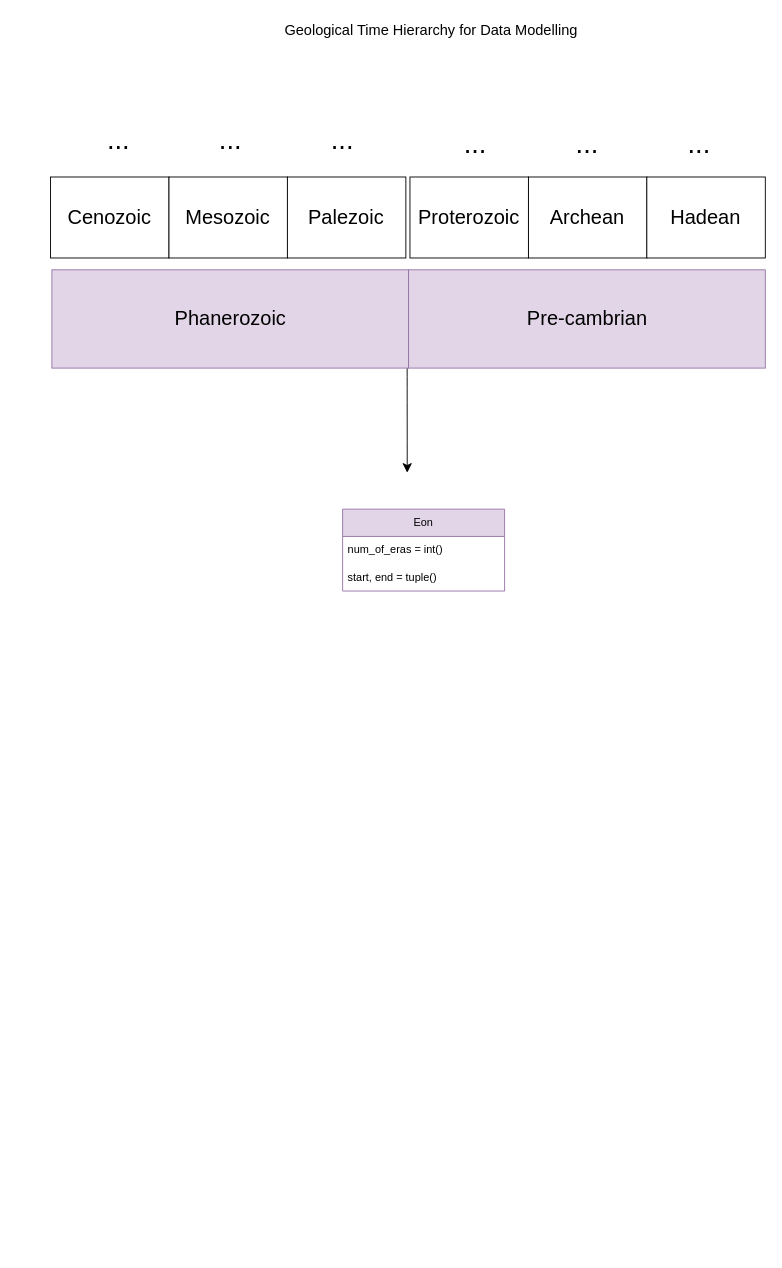
The draw.io diagram docs/diagrams/geological_time_hierarchy_for_data_modelling.drawio in hyperfocus-data/geology, before the edit. Source tidied: cells renumbered, new cells numbered last; positions are measured from the earlier drawing's top-left corner, leaving out a move shared by most shapes. Both pictures are drawn from the tidied source at 91%, with x=0, y=0 at pixel (50, 15).
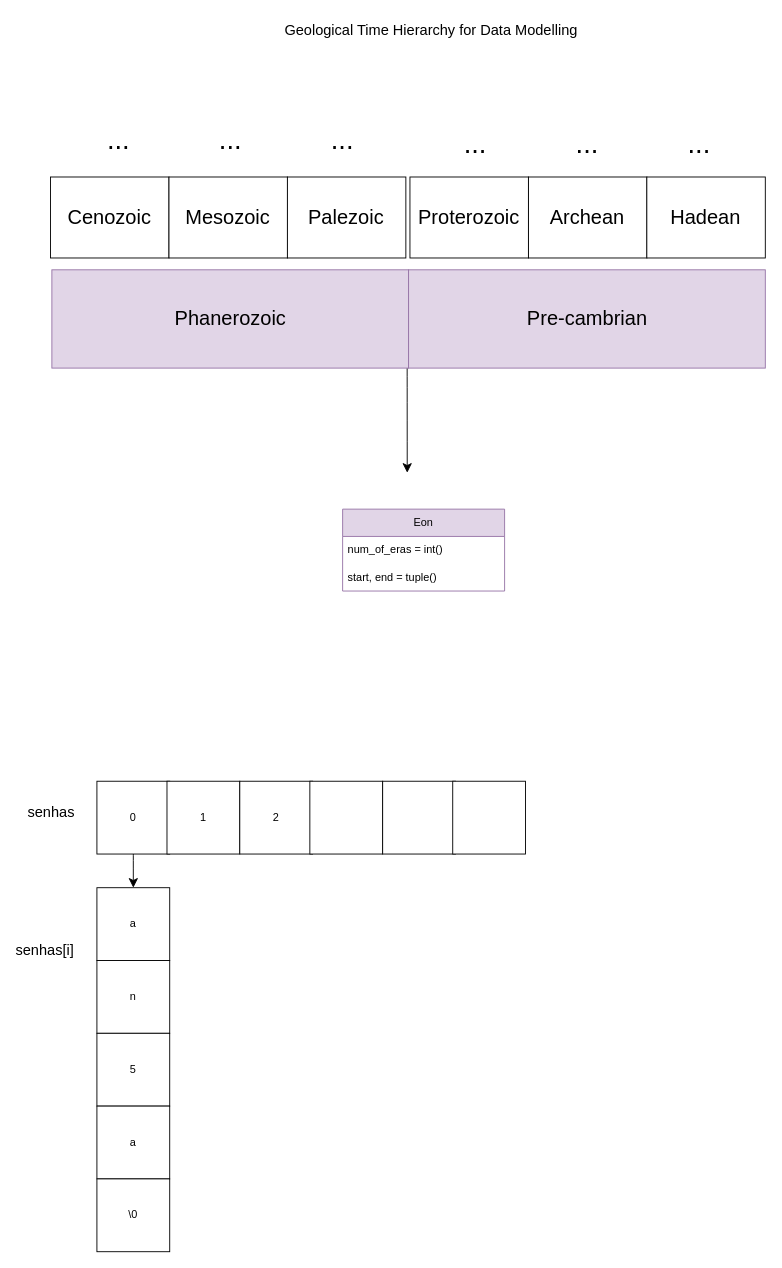
Above is the later version.

Change to the diagram source:
```diff
@@
+    <mxCell id="25" style="group;" parent="1" vertex="1">
+      <mxGeometry x="51" y="841" width="157" height="80" as="geometry" />
+    </mxCell>
+    <mxCell id="26" value="0" style="whiteSpace=wrap;html=1;" parent="25" vertex="1">
+      <mxGeometry width="80" height="80" as="geometry" />
+    </mxCell>
+    <mxCell id="27" value="1" style="whiteSpace=wrap;html=1;" parent="25" vertex="1">
+      <mxGeometry x="77" width="80" height="80" as="geometry" />
+    </mxCell>
+    <mxCell id="28" value="2" style="whiteSpace=wrap;html=1;" parent="1" vertex="1">
+      <mxGeometry x="208" y="841" width="80" height="80" as="geometry" />
+    </mxCell>
+    <mxCell id="29" style="whiteSpace=wrap;html=1;" parent="1" vertex="1">
+      <mxGeometry x="285" y="841" width="80" height="80" as="geometry" />
+    </mxCell>
+    <mxCell id="30" style="whiteSpace=wrap;html=1;" parent="1" vertex="1">
+      <mxGeometry x="365" y="841" width="80" height="80" as="geometry" />
+    </mxCell>
+    <mxCell id="31" style="whiteSpace=wrap;html=1;" parent="1" vertex="1">
+      <mxGeometry x="442" y="841" width="80" height="80" as="geometry" />
+    </mxCell>
+    <mxCell id="32" value="senhas" style="text;html=1;align=center;verticalAlign=middle;whiteSpace=wrap;rounded=0;fontSize=16;" parent="1" vertex="1">
+      <mxGeometry x="-29" y="860" width="60" height="30" as="geometry" />
+    </mxCell>
+    <mxCell id="33" value="a" style="whiteSpace=wrap;html=1;" parent="1" vertex="1">
+      <mxGeometry x="51" y="958" width="80" height="80" as="geometry" />
+    </mxCell>
+    <mxCell id="34" value="n" style="whiteSpace=wrap;html=1;" parent="1" vertex="1">
+      <mxGeometry x="51" y="1038" width="80" height="80" as="geometry" />
+    </mxCell>
+    <mxCell id="35" value="5" style="whiteSpace=wrap;html=1;" parent="1" vertex="1">
+      <mxGeometry x="51" y="1118" width="80" height="80" as="geometry" />
+    </mxCell>
+    <mxCell id="36" value="a" style="whiteSpace=wrap;html=1;" parent="1" vertex="1">
+      <mxGeometry x="51" y="1198" width="80" height="80" as="geometry" />
+    </mxCell>
+    <mxCell id="37" style="edgeStyle=none;curved=1;rounded=0;jettySize=auto;html=1;entryX=0.5;entryY=0;entryDx=0;entryDy=0;fontSize=12;startSize=8;endSize=8;" parent="1" edge="1" source="26" target="33">
+      <mxGeometry relative="1" as="geometry" />
+    </mxCell>
+    <mxCell id="38" value="senhas[i]" style="text;html=1;align=center;verticalAlign=middle;whiteSpace=wrap;rounded=0;fontSize=16;" parent="1" vertex="1">
+      <mxGeometry x="-36" y="1011" width="60" height="30" as="geometry" />
+    </mxCell>
+    <mxCell id="39" value="\0" style="whiteSpace=wrap;html=1;" parent="1" vertex="1">
+      <mxGeometry x="51" y="1278" width="80" height="80" as="geometry" />
+    </mxCell>
```
